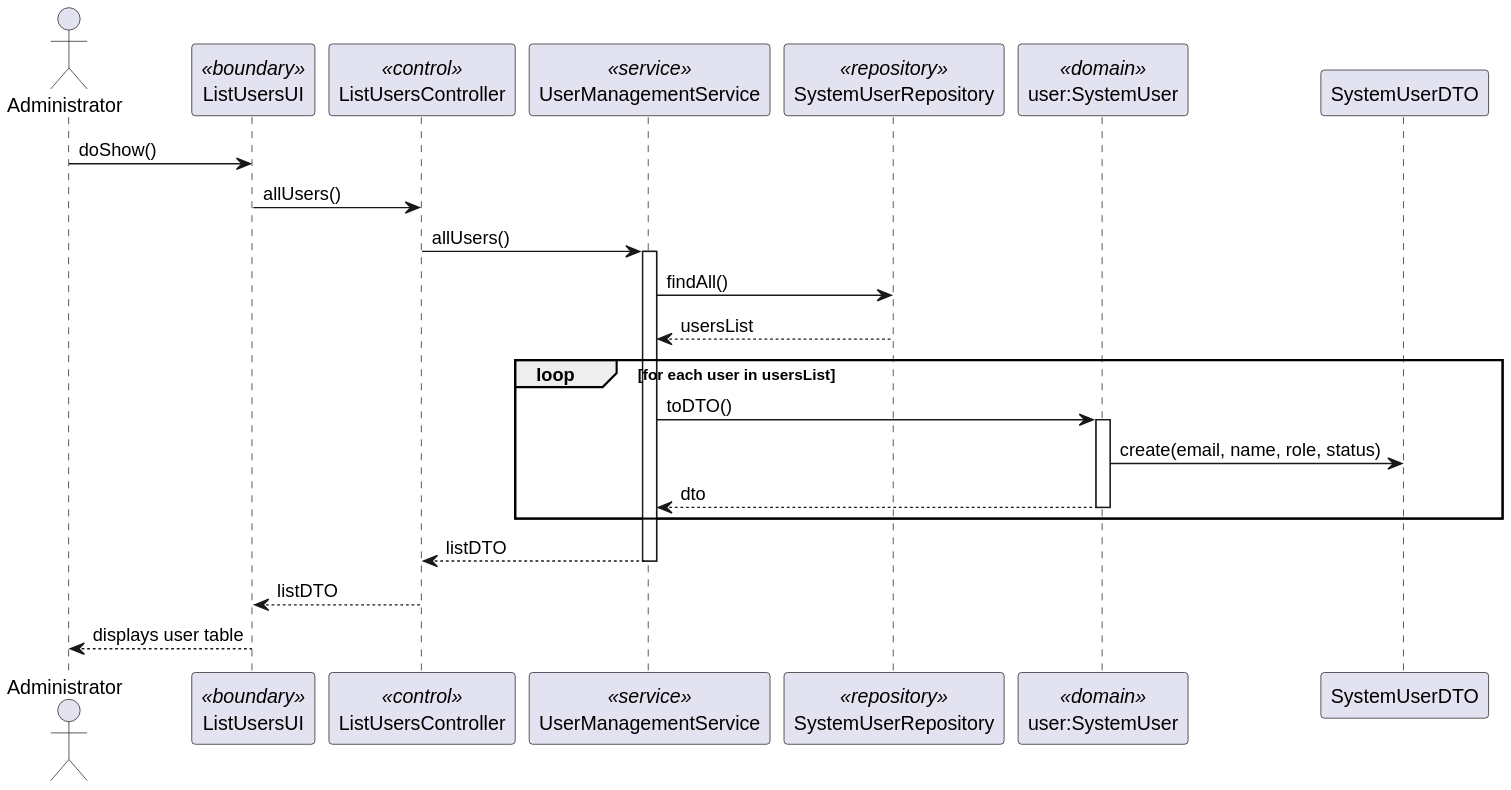
This is docs/Sprint 2/EAPLI/US033/svg/US033-sequence-diagram.svg from DuartePinto1240/sem4pi2526-sem4pi2526_2da2, a PlantUML export, as it was before one commit. Its diagram source:
```plantuml
@startuml
actor Administrator
participant ListUsersUI as UI <<boundary>>
participant ListUsersController as CTRL <<control>>
participant UserManagementService as SVC <<service>>
participant SystemUserRepository as REPO <<repository>>
participant "user:SystemUser" as USER <<domain>>
participant SystemUserDTO as DTO

Administrator -> UI : doShow()
UI -> CTRL : allUsers()
CTRL -> SVC : allUsers()
activate SVC

SVC -> REPO : findAll()
REPO --> SVC : usersList

loop for each user in usersList
    SVC -> USER : toDTO()
    activate USER
    USER -> DTO : create(email, name, role, status)
    USER --> SVC : dto
    deactivate USER
end

SVC --> CTRL : listDTO
deactivate SVC
CTRL --> UI : listDTO
UI --> Administrator : displays user table
@enduml
```
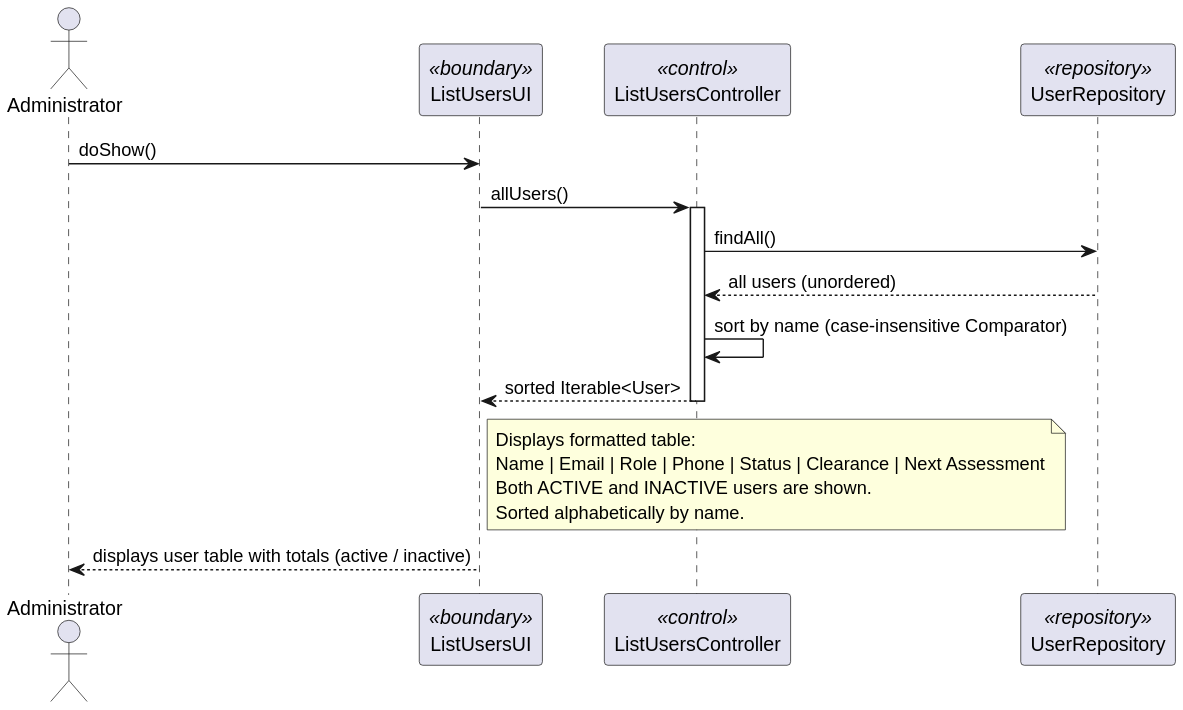
The same diagram one commit later.

The edit, as a diff of the source:
```diff
@@ -2,29 +2,25 @@
 actor Administrator
 participant ListUsersUI as UI <<boundary>>
 participant ListUsersController as CTRL <<control>>
-participant UserManagementService as SVC <<service>>
-participant SystemUserRepository as REPO <<repository>>
-participant "user:SystemUser" as USER <<domain>>
-participant SystemUserDTO as DTO
+participant UserRepository as REPO <<repository>>
 
 Administrator -> UI : doShow()
 UI -> CTRL : allUsers()
-CTRL -> SVC : allUsers()
-activate SVC
+activate CTRL
 
-SVC -> REPO : findAll()
-REPO --> SVC : usersList
+CTRL -> REPO : findAll()
+REPO --> CTRL : all users (unordered)
 
-loop for each user in usersList
-    SVC -> USER : toDTO()
-    activate USER
-    USER -> DTO : create(email, name, role, status)
-    USER --> SVC : dto
-    deactivate USER
-end
+CTRL -> CTRL : sort by name (case-insensitive Comparator)
+CTRL --> UI : sorted Iterable<User>
+deactivate CTRL
 
-SVC --> CTRL : listDTO
-deactivate SVC
-CTRL --> UI : listDTO
-UI --> Administrator : displays user table
+note right of UI
+  Displays formatted table:
+  Name | Email | Role | Phone | Status | Clearance | Next Assessment
+  Both ACTIVE and INACTIVE users are shown.
+  Sorted alphabetically by name.
+end note
+
+UI --> Administrator : displays user table with totals (active / inactive)
 @enduml
```
